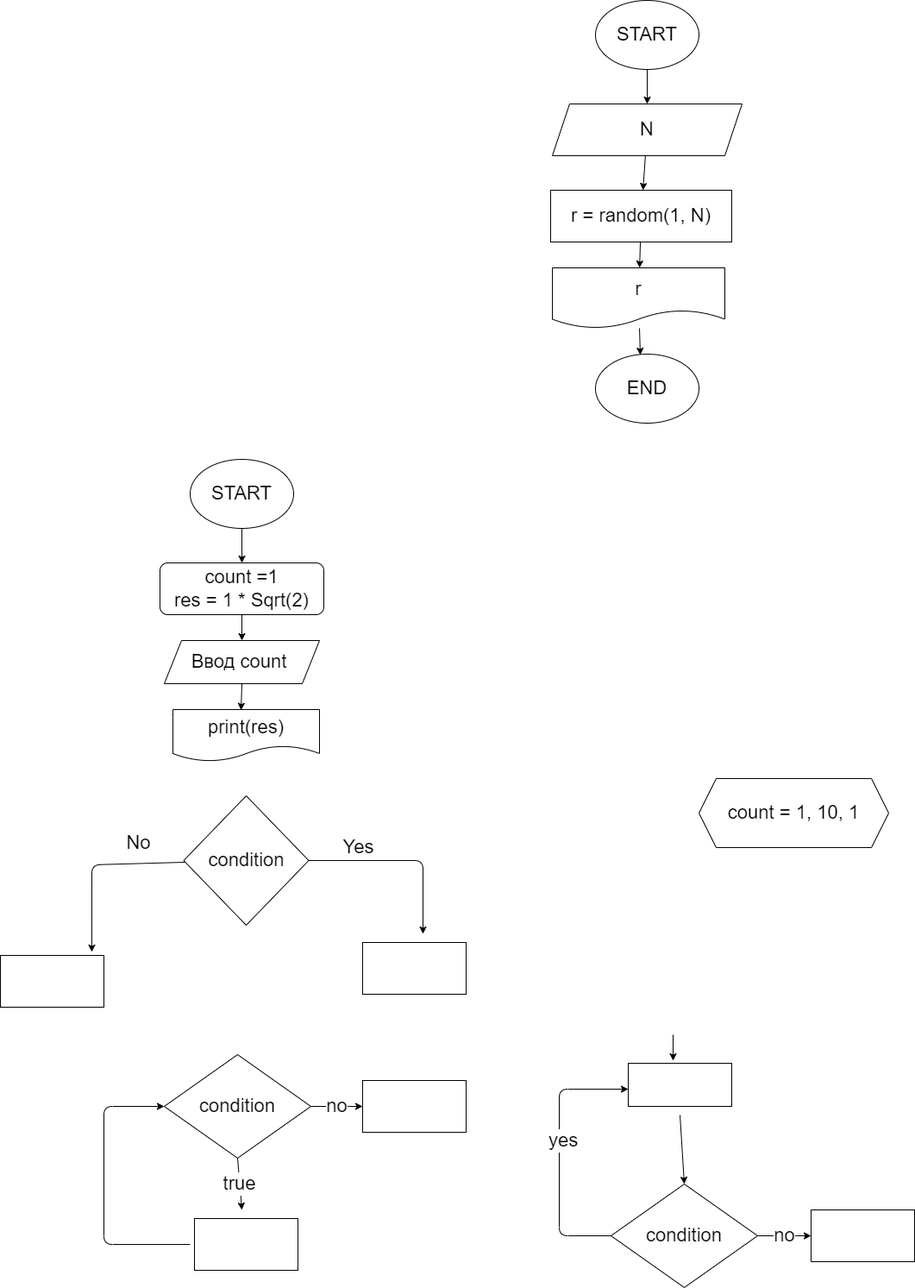
olegsamy2/practiice_temp keeps this draw.io diagram as ex000.drawio.png. Above is the earlier version. Source tidied: cells renumbered, new cells last; positions are measured from the earlier drawing's top-left corner, leaving out a move shared by most shapes.
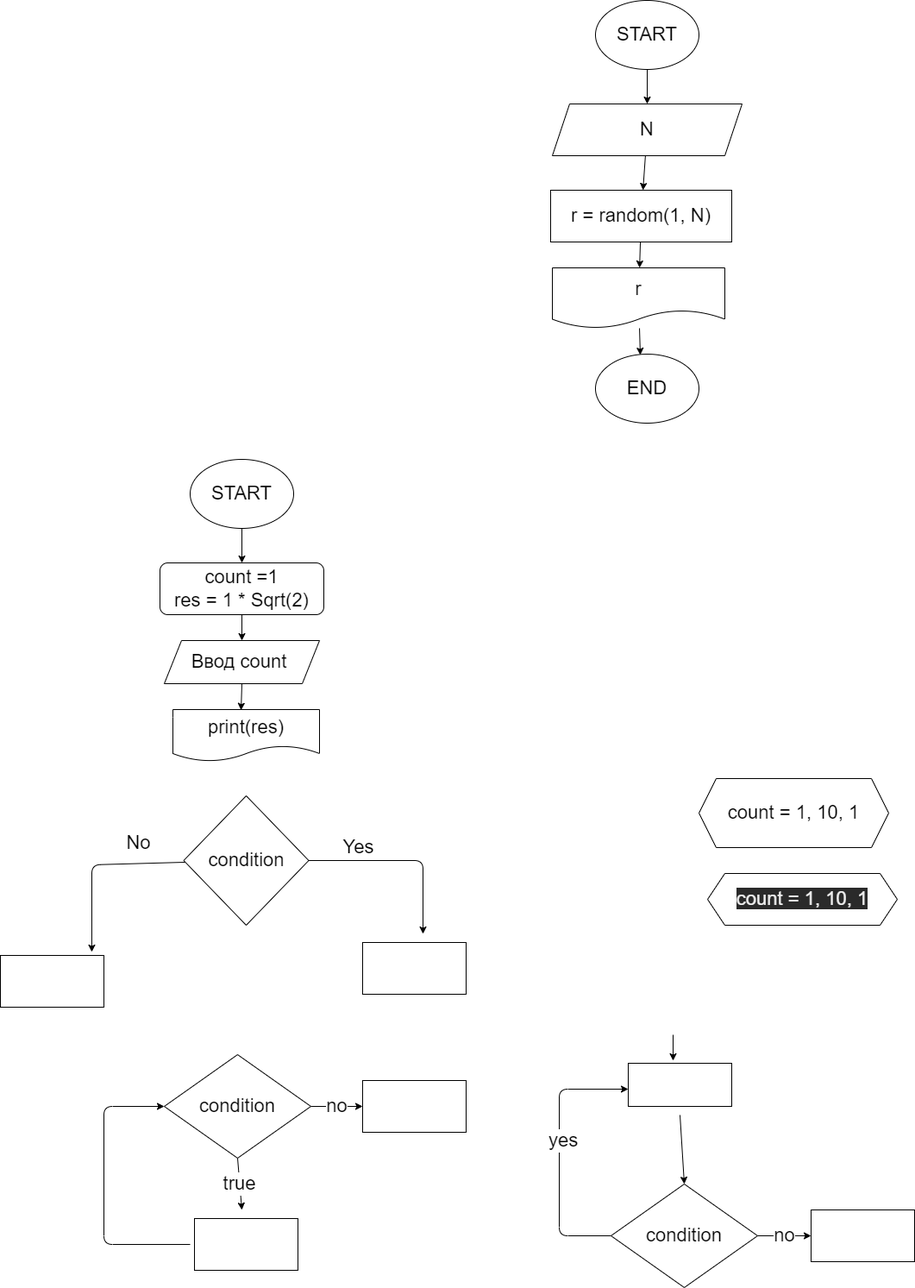
Later version of the same file.

Commit message:
ex Показать на экран случайное число от 1 до N

What changed in the source:
```diff
@@ -144,5 +144,8 @@
     <mxCell id="37" value="END" style="ellipse;whiteSpace=wrap;html=1;fontSize=22;" parent="1" vertex="1">
       <mxGeometry x="690" y="410" width="120" height="80" as="geometry" />
     </mxCell>
+    <mxCell id="38" value="&#10;&#10;&lt;span style=&quot;color: rgb(240, 240, 240); font-family: helvetica; font-size: 22px; font-style: normal; font-weight: 400; letter-spacing: normal; text-align: center; text-indent: 0px; text-transform: none; word-spacing: 0px; background-color: rgb(42, 42, 42); display: inline; float: none;&quot;&gt;count = 1, 10, 1&lt;/span&gt;&#10;&#10;" style="shape=hexagon;perimeter=hexagonPerimeter2;whiteSpace=wrap;html=1;fixedSize=1;" parent="1" vertex="1">
+      <mxGeometry x="820" y="1012" width="220" height="60" as="geometry" />
+    </mxCell>
   </root>
 </mxGraphModel>
```
